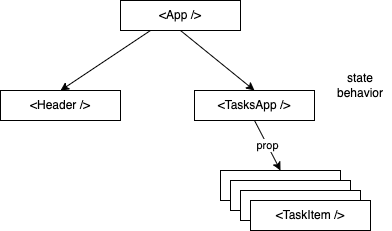
Earlier version of the draw.io export day1/react-basics/concepts.dio.png (vinod-kayartaya/abb-react-apr-2024). Source tidied: cells renumbered, new cells last; positions are measured from the earlier drawing's top-left corner, leaving out a move shared by most shapes.
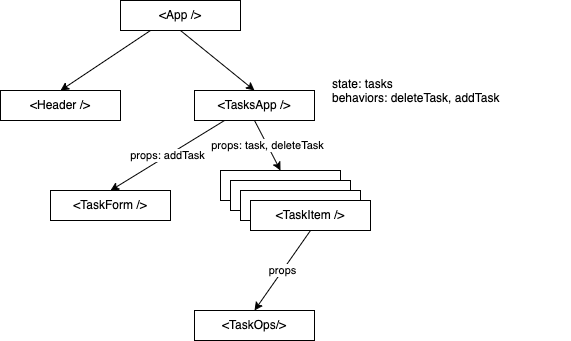
The same diagram one commit later.

What changed in the source:
```diff
@@ -14,9 +14,12 @@
     <mxCell id="5" value="&amp;lt;Header /&amp;gt;" style="rounded=0;whiteSpace=wrap;html=1;" parent="1" vertex="1">
       <mxGeometry y="90" width="120" height="30" as="geometry" />
     </mxCell>
-    <mxCell id="6" value="prop" style="edgeStyle=none;html=1;exitX=0.5;exitY=1;exitDx=0;exitDy=0;entryX=0.5;entryY=0;entryDx=0;entryDy=0;" parent="1" edge="1" source="7" target="8">
+    <mxCell id="6" value="props: task, deleteTask" style="edgeStyle=none;html=1;exitX=0.5;exitY=1;exitDx=0;exitDy=0;entryX=0.5;entryY=0;entryDx=0;entryDy=0;" parent="1" edge="1" source="7" target="8">
       <mxGeometry relative="1" as="geometry" />
     </mxCell>
+    <mxCell id="13" value="props: addTask" style="edgeStyle=none;html=1;exitX=0.25;exitY=1;exitDx=0;exitDy=0;entryX=0.5;entryY=0;entryDx=0;entryDy=0;" parent="1" edge="1" source="7" target="15">
+      <mxGeometry relative="1" as="geometry" />
+    </mxCell>
     <mxCell id="7" value="&amp;lt;TasksApp /&amp;gt;" style="rounded=0;whiteSpace=wrap;html=1;" parent="1" vertex="1">
       <mxGeometry x="194" y="90" width="120" height="30" as="geometry" />
     </mxCell>
@@ -29,11 +32,20 @@
     <mxCell id="10" value="&amp;lt;TaskItem /&amp;gt;" style="rounded=0;whiteSpace=wrap;html=1;" parent="1" vertex="1">
       <mxGeometry x="240" y="190" width="120" height="30" as="geometry" />
     </mxCell>
+    <mxCell id="14" value="props" style="edgeStyle=none;html=1;exitX=0.5;exitY=1;exitDx=0;exitDy=0;entryX=0.5;entryY=0;entryDx=0;entryDy=0;" parent="1" edge="1" source="11" target="16">
+      <mxGeometry relative="1" as="geometry" />
+    </mxCell>
     <mxCell id="11" value="&amp;lt;TaskItem /&amp;gt;" style="rounded=0;whiteSpace=wrap;html=1;" parent="1" vertex="1">
       <mxGeometry x="250" y="200" width="120" height="30" as="geometry" />
     </mxCell>
-    <mxCell id="12" value="state&lt;br&gt;behavior" style="text;html=1;strokeColor=none;fillColor=none;align=center;verticalAlign=middle;whiteSpace=wrap;rounded=0;" parent="1" vertex="1">
-      <mxGeometry x="330" y="70" width="60" height="30" as="geometry" />
+    <mxCell id="12" value="state: tasks&lt;br&gt;behaviors: deleteTask, addTask" style="text;html=1;strokeColor=none;fillColor=none;align=left;verticalAlign=top;whiteSpace=wrap;rounded=0;" parent="1" vertex="1">
+      <mxGeometry x="330" y="70" width="240" height="80" as="geometry" />
     </mxCell>
+    <mxCell id="15" value="&amp;lt;TaskForm /&amp;gt;" style="rounded=0;whiteSpace=wrap;html=1;" parent="1" vertex="1">
+      <mxGeometry x="50" y="190" width="120" height="30" as="geometry" />
+    </mxCell>
+    <mxCell id="16" value="&amp;lt;TaskOps/&amp;gt;" style="rounded=0;whiteSpace=wrap;html=1;" parent="1" vertex="1">
+      <mxGeometry x="194" y="310" width="120" height="30" as="geometry" />
+    </mxCell>
   </root>
 </mxGraphModel>
```
